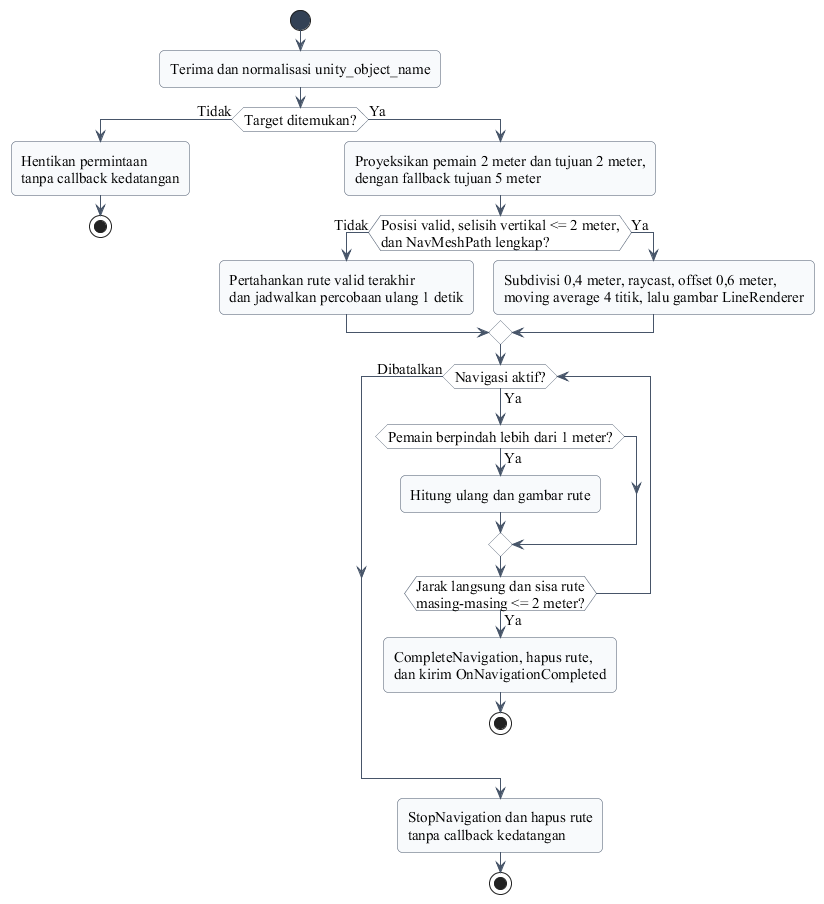
Earlier version of the PlantUML export diagrams/gambar-2.18-alur-navmesh-rendering.png (Jokskuyy/workflow-ta-proyek).
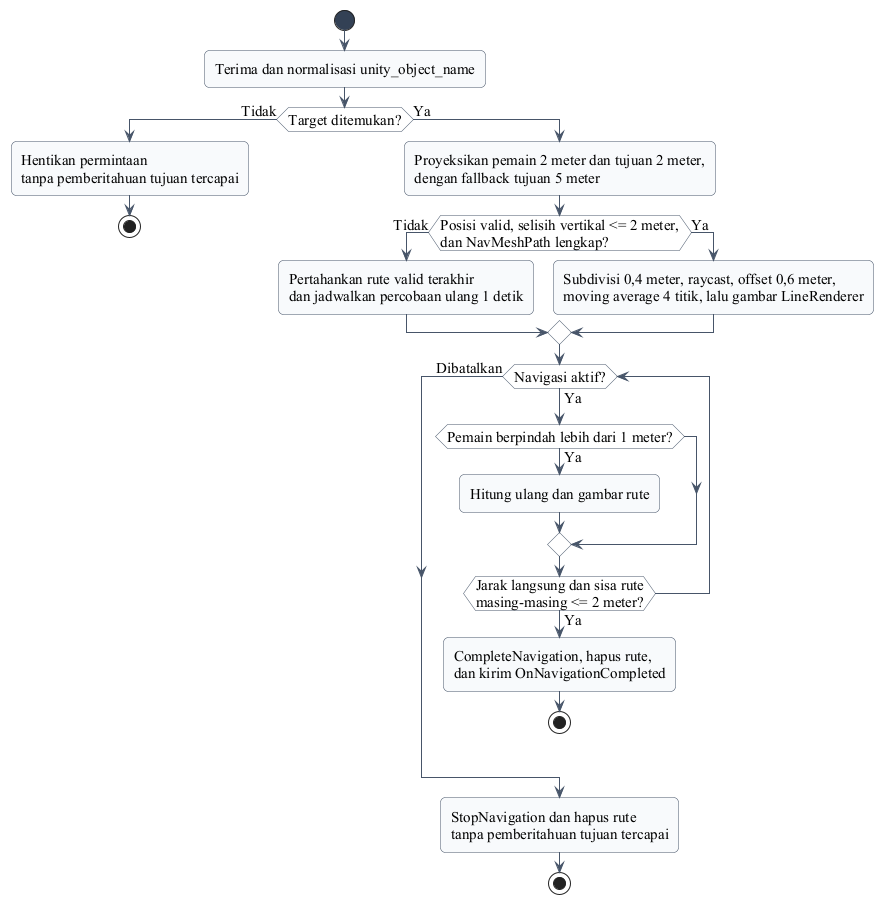
Above is the later version.

Change to the diagram source:
```diff
@@ -18,7 +18,7 @@
 start
 :Terima dan normalisasi unity_object_name;
 if (Target ditemukan?) then (Tidak)
-  :Hentikan permintaan\ntanpa callback kedatangan;
+  :Hentikan permintaan\ntanpa pemberitahuan tujuan tercapai;
   stop
 else (Ya)
   :Proyeksikan pemain 2 meter dan tujuan 2 meter,\ndengan fallback tujuan 5 meter;
@@ -36,7 +36,7 @@
       stop
     endif
   endwhile (Dibatalkan)
-  :StopNavigation dan hapus rute\ntanpa callback kedatangan;
+  :StopNavigation dan hapus rute\ntanpa pemberitahuan tujuan tercapai;
   stop
 endif
 @enduml
```
